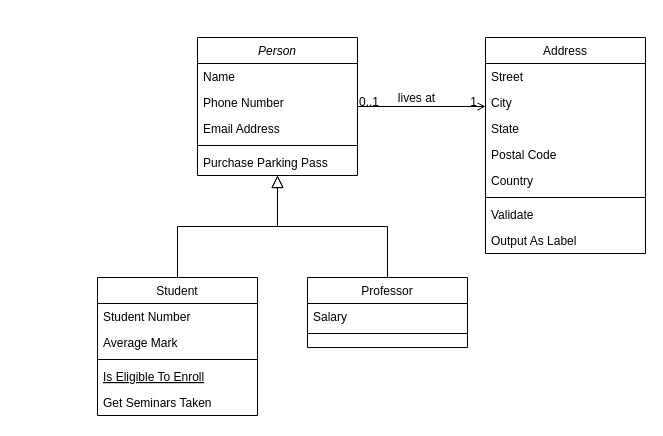
DOOPan2022/Presupuesto keeps this draw.io diagram as page "Anemico" (1 of 2) of Modelo de dominio.drawio. Above is the earlier version. Source tidied: cells renumbered, new cells numbered last; positions are measured from the earlier drawing's top-left corner, leaving out a move shared by most shapes. Both pictures are drawn from the tidied source at 100%, with x=0, y=0 at pixel (97, 37).
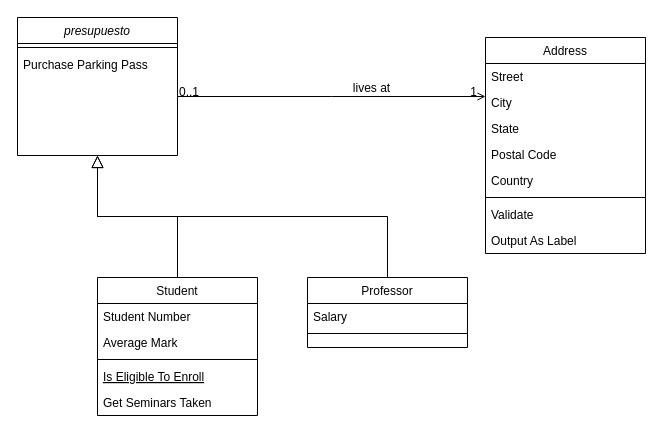
After the change.

The edit, as a diff of the source:
```diff
@@
-    <mxCell id="2" value="Person" style="swimlane;fontStyle=2;align=center;verticalAlign=top;horizontal=1;startSize=26;rounded=0;shadow=0;strokeWidth=1;" parent="1" vertex="1">
-      <mxGeometry x="100" width="160" height="138" as="geometry" />
+    <mxCell id="2" value="presupuesto" style="swimlane;fontStyle=2;align=center;verticalAlign=top;horizontal=1;startSize=26;rounded=0;shadow=0;strokeWidth=1;" parent="1" vertex="1">
+      <mxGeometry x="-80" y="-20" width="160" height="138" as="geometry" />
     </mxCell>
-    <mxCell id="3" value="Name" style="text;align=left;verticalAlign=top;spacingLeft=4;spacingRight=4;overflow=hidden;" parent="2" vertex="1">
-      <mxGeometry y="26" width="160" height="26" as="geometry" />
-    </mxCell>
-    <mxCell id="4" value="Phone Number" style="text;align=left;verticalAlign=top;spacingLeft=4;spacingRight=4;overflow=hidden;rounded=0;shadow=0;html=0;" parent="2" vertex="1">
-      <mxGeometry y="52" width="160" height="26" as="geometry" />
-    </mxCell>
-    <mxCell id="5" value="Email Address" style="text;align=left;verticalAlign=top;spacingLeft=4;spacingRight=4;overflow=hidden;rounded=0;shadow=0;html=0;" parent="2" vertex="1">
-      <mxGeometry y="78" width="160" height="26" as="geometry" />
-    </mxCell>
     <mxCell id="6" style="line;html=1;strokeWidth=1;align=left;verticalAlign=middle;spacingTop=-1;spacingLeft=3;spacingRight=3;labelPosition=right;" parent="2" vertex="1">
-      <mxGeometry y="104" width="160" height="8" as="geometry" />
+      <mxGeometry y="26" width="160" height="8" as="geometry" />
     </mxCell>
     <mxCell id="7" value="Purchase Parking Pass" style="text;align=left;verticalAlign=top;spacingLeft=4;spacingRight=4;overflow=hidden;" parent="2" vertex="1">
-      <mxGeometry y="112" width="160" height="26" as="geometry" />
+      <mxGeometry y="34" width="160" height="26" as="geometry" />
     </mxCell>
```
